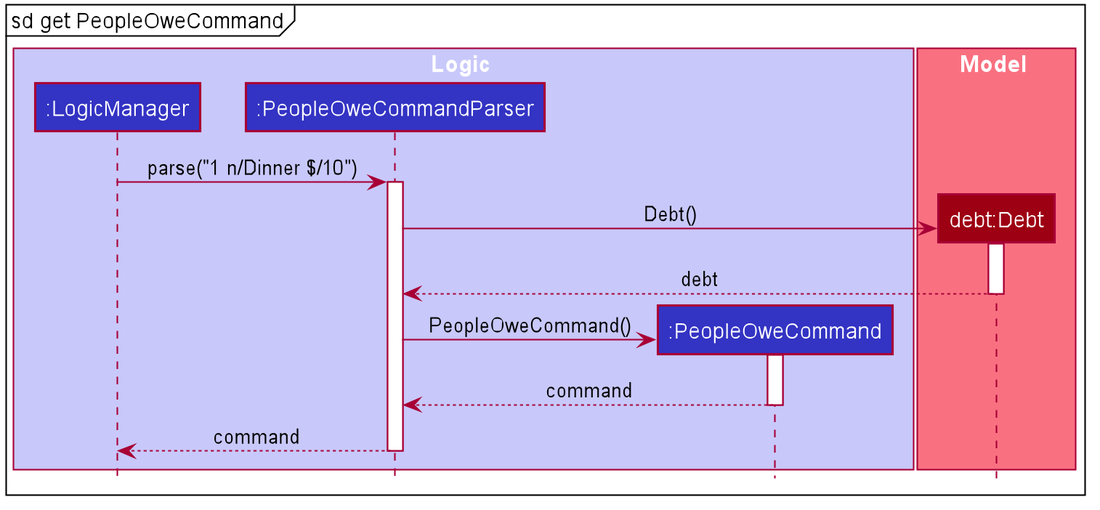
Before: docs/images/GetPeopleOweCommandSequenceDiagram.png, a diagram exported from PlantUML (syinyichen/main).
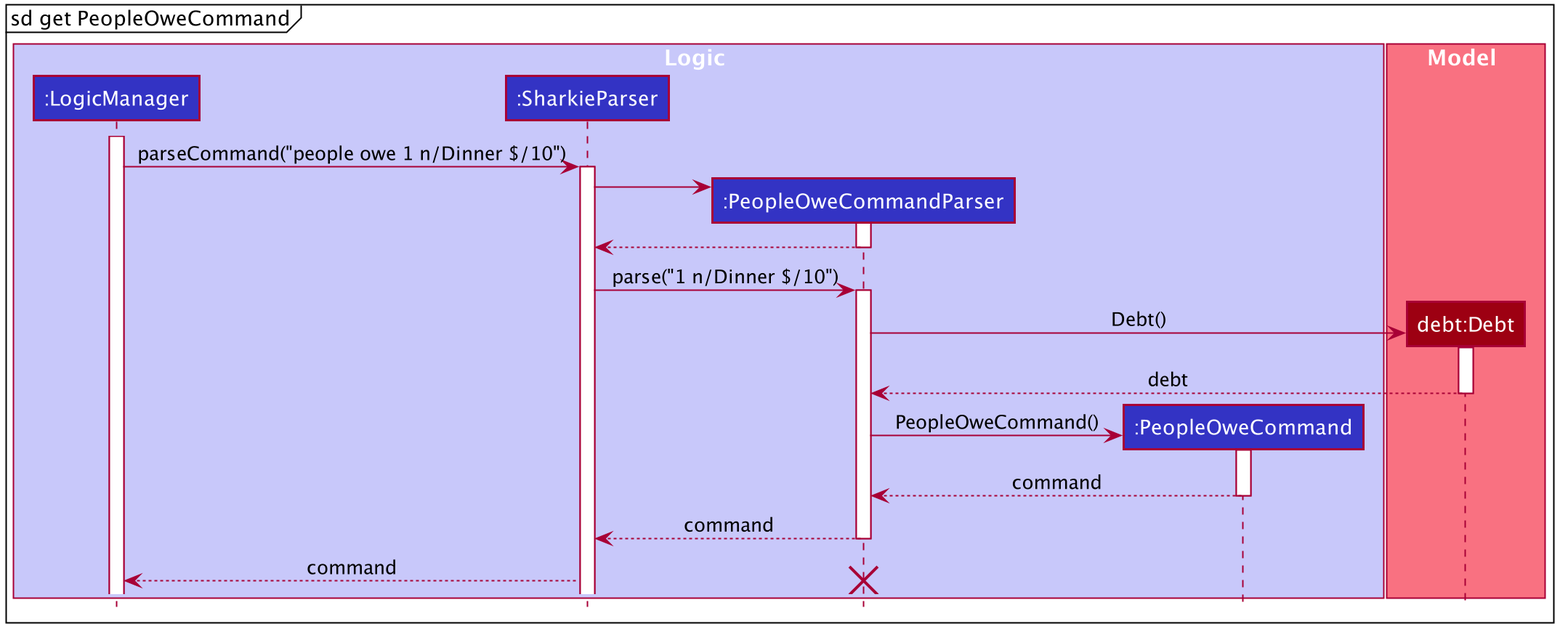
After the commit.

What changed in the source:
```diff
@@ -54,6 +54,7 @@
 
 box Logic #C8C8FA
 participant ":LogicManager" as Logic #3333C4
+participant ":SharkieParser" as SharkieParser #3333C4
 participant ":PeopleOweCommandParser" as PeopleOweCommandParser #3333C4
 participant ":PeopleOweCommand" as PeopleOweCommand #3333C4
 end box
@@ -62,7 +63,19 @@
 participant "debt:Debt" as debt #9D0012
 end box
 
-Logic -> PeopleOweCommandParser : parse("1 n/Dinner $/10")
+activate Logic
+
+Logic -> SharkieParser : parseCommand("people owe 1 n/Dinner $/10")
+activate SharkieParser
+
+create PeopleOweCommandParser
+SharkieParser -> PeopleOweCommandParser
+activate PeopleOweCommandParser
+
+PeopleOweCommandParser --> SharkieParser
+deactivate PeopleOweCommandParser
+
+SharkieParser -> PeopleOweCommandParser : parse("1 n/Dinner $/10")
 activate PeopleOweCommandParser
 
 create debt
@@ -79,7 +92,11 @@
 PeopleOweCommand --> PeopleOweCommandParser : command
 deactivate PeopleOweCommand
 
-PeopleOweCommandParser --> Logic : command
+PeopleOweCommandParser --> SharkieParser : command
 deactivate PeopleOweCommandParser
 
+SharkieParser --> Logic : command
+destroy PeopleOweCommandParser
+
+
 @enduml
```
